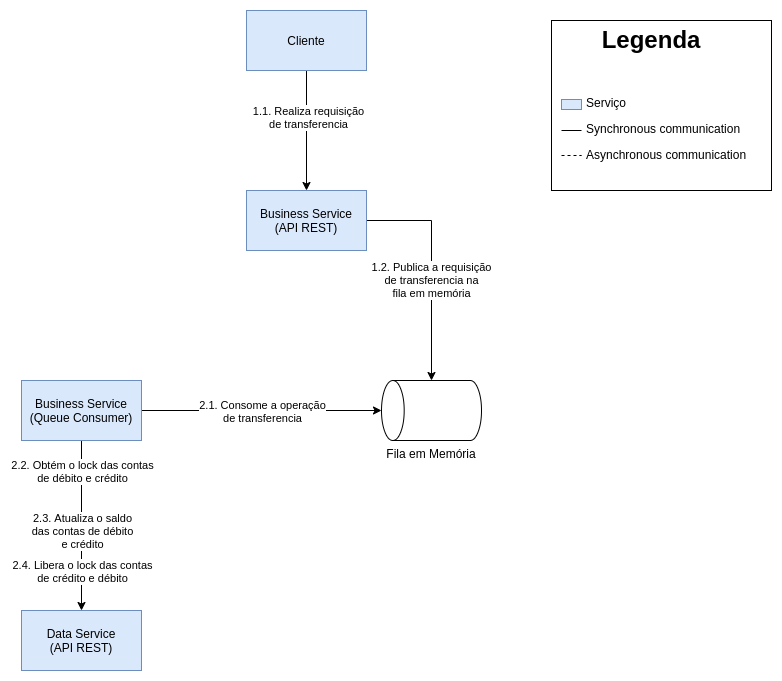
The draw.io diagram docs/Diagrams-ServidorDeNegocio-Transferencia.png in eaneto/distributed-bank, before a commit. Source tidied: cells renumbered, new cells last; positions are measured from the earlier drawing's top-left corner, leaving out a move shared by most shapes. Its diagram source:
```xml
<mxGraphModel>
  <root>
    <mxCell id="0" />
    <mxCell id="1" parent="0" />
    <mxCell id="2" value="&lt;h1 style=&quot;text-align: center&quot;&gt;Legenda&lt;/h1&gt;&lt;p&gt;&lt;br&gt;&lt;/p&gt;&lt;p&gt;&amp;nbsp; &amp;nbsp; &amp;nbsp; &amp;nbsp; &amp;nbsp;Serviço&lt;/p&gt;&lt;p&gt;&amp;nbsp; &amp;nbsp; &amp;nbsp; &amp;nbsp; &amp;nbsp;Synchronous communication&lt;/p&gt;&lt;p&gt;&amp;nbsp; &amp;nbsp; &amp;nbsp; &amp;nbsp; &amp;nbsp;Asynchronous communication&lt;/p&gt;" style="text;html=1;fillColor=none;spacing=5;spacingTop=-20;whiteSpace=wrap;overflow=hidden;rounded=0;strokeColor=#000000;" parent="1" vertex="1">
      <mxGeometry x="530" y="10" width="220" height="170" as="geometry" />
    </mxCell>
    <mxCell id="3" style="rounded=0;whiteSpace=wrap;html=1;fillColor=#dae8fc;strokeColor=#6c8ebf;" parent="1" vertex="1">
      <mxGeometry x="540" y="89" width="20" height="10" as="geometry" />
    </mxCell>
    <mxCell id="4" style="endArrow=none;html=1;" parent="1" edge="1">
      <mxGeometry relative="1" as="geometry">
        <mxPoint x="540" y="120" as="sourcePoint" />
        <mxPoint x="560" y="120" as="targetPoint" />
      </mxGeometry>
    </mxCell>
    <mxCell id="5" style="endArrow=none;html=1;dashed=1;" parent="1" edge="1">
      <mxGeometry relative="1" as="geometry">
        <mxPoint x="540" y="145" as="sourcePoint" />
        <mxPoint x="560" y="145" as="targetPoint" />
      </mxGeometry>
    </mxCell>
    <mxCell id="6" style="edgeStyle=orthogonalEdgeStyle;rounded=0;jettySize=auto;html=1;" parent="1" edge="1" source="8" target="14">
      <mxGeometry relative="1" as="geometry" />
    </mxCell>
    <mxCell id="7" value="1.2. Publica a requisição&lt;br&gt;de transferencia na&lt;br&gt;fila em memória" style="edgeLabel;html=1;align=center;verticalAlign=middle;" parent="6" vertex="1">
      <mxGeometry x="-0.13" y="-1" relative="1" as="geometry">
        <mxPoint x="1" y="27.8" as="offset" />
      </mxGeometry>
    </mxCell>
    <mxCell id="8" value="Business Service&lt;br&gt;(API REST)" style="rounded=0;whiteSpace=wrap;html=1;fillColor=#dae8fc;strokeColor=#6c8ebf;" parent="1" vertex="1">
      <mxGeometry x="225" y="180" width="120" height="60" as="geometry" />
    </mxCell>
    <mxCell id="9" style="edgeStyle=orthogonalEdgeStyle;rounded=0;jettySize=auto;html=1;entryX=0.5;entryY=0;entryDx=0;entryDy=0;entryPerimeter=0;" parent="1" edge="1" source="13" target="14">
      <mxGeometry relative="1" as="geometry" />
    </mxCell>
    <mxCell id="10" value="2.1. Consome a operação&lt;br&gt;de transferencia" style="edgeLabel;html=1;align=center;verticalAlign=middle;" parent="9" vertex="1">
      <mxGeometry x="-0.2" relative="1" as="geometry">
        <mxPoint x="24.2" as="offset" />
      </mxGeometry>
    </mxCell>
    <mxCell id="11" style="edgeStyle=orthogonalEdgeStyle;rounded=0;jettySize=auto;html=1;" parent="1" edge="1" source="13" target="18">
      <mxGeometry relative="1" as="geometry">
        <Array as="points">
          <mxPoint x="60" y="510" />
          <mxPoint x="60" y="510" />
        </Array>
      </mxGeometry>
    </mxCell>
    <mxCell id="12" value="2.2. Obtém o lock das contas&lt;br&gt;de débito e crédito" style="edgeLabel;html=1;align=center;verticalAlign=middle;" parent="11" vertex="1">
      <mxGeometry x="-0.18" relative="1" as="geometry">
        <mxPoint y="-40" as="offset" />
      </mxGeometry>
    </mxCell>
    <mxCell id="13" value="Business Service&lt;br&gt;(Queue Consumer)" style="rounded=0;whiteSpace=wrap;html=1;fillColor=#dae8fc;strokeColor=#6c8ebf;" parent="1" vertex="1">
      <mxGeometry y="370" width="120" height="60" as="geometry" />
    </mxCell>
    <mxCell id="14" value="Fila em Memória" style="shape=cylinder3;whiteSpace=wrap;html=1;boundedLbl=1;backgroundOutline=1;size=11.341055198427057;rotation=0;labelPosition=center;verticalLabelPosition=bottom;align=center;verticalAlign=top;textDirection=ltr;horizontal=1;direction=north;" parent="1" vertex="1">
      <mxGeometry x="360" y="370" width="100" height="60" as="geometry" />
    </mxCell>
    <mxCell id="15" style="edgeStyle=orthogonalEdgeStyle;rounded=0;jettySize=auto;html=1;entryX=0.5;entryY=0;entryDx=0;entryDy=0;" parent="1" edge="1" source="17" target="8">
      <mxGeometry relative="1" as="geometry" />
    </mxCell>
    <mxCell id="16" value="1.1. Realiza requisição&lt;br&gt;de transferencia" style="edgeLabel;html=1;align=center;verticalAlign=middle;" parent="15" vertex="1">
      <mxGeometry x="-0.23" y="1" relative="1" as="geometry" />
    </mxCell>
    <mxCell id="17" value="Cliente" style="rounded=0;whiteSpace=wrap;html=1;fillColor=#dae8fc;strokeColor=#6c8ebf;" parent="1" vertex="1">
      <mxGeometry x="225" width="120" height="60" as="geometry" />
    </mxCell>
    <mxCell id="18" value="Data Service&lt;br&gt;(API REST)" style="rounded=0;whiteSpace=wrap;html=1;fillColor=#dae8fc;strokeColor=#6c8ebf;" parent="1" vertex="1">
      <mxGeometry y="600" width="120" height="60" as="geometry" />
    </mxCell>
    <mxCell id="19" value="2.3. Atualiza o saldo&lt;br&gt;das contas de débito&lt;br&gt;e crédito" style="edgeLabel;html=1;align=center;verticalAlign=middle;" parent="1" vertex="1">
      <mxGeometry x="60" y="520" as="geometry" />
    </mxCell>
    <mxCell id="20" value="2.4. Libera o lock das contas&lt;br&gt;de crédito e débito" style="edgeLabel;html=1;align=center;verticalAlign=middle;" parent="1" vertex="1">
      <mxGeometry x="60" y="560" as="geometry" />
    </mxCell>
  </root>
</mxGraphModel>
```
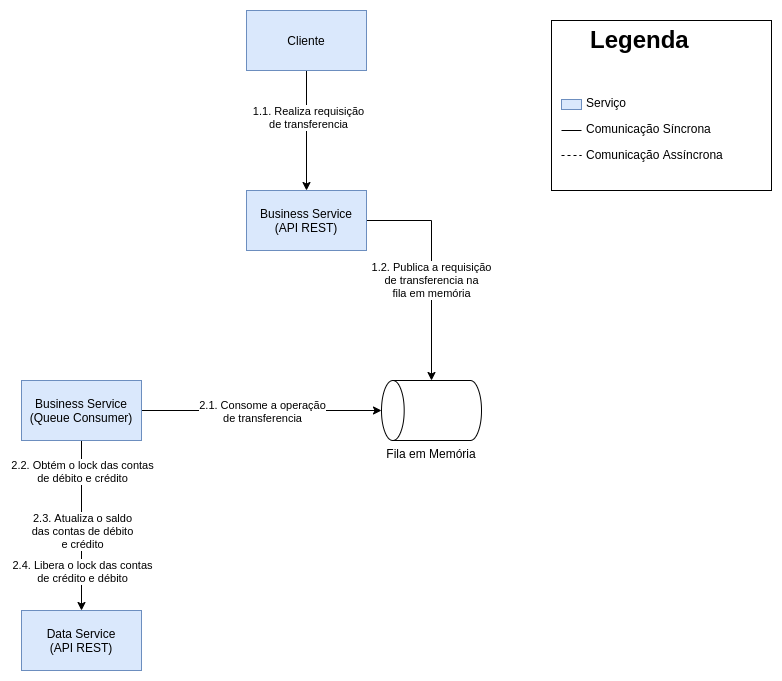
The same diagram one commit later.

Diff of the diagram source:
```diff
@@ -2,24 +2,6 @@
   <root>
     <mxCell id="0" />
     <mxCell id="1" parent="0" />
-    <mxCell id="2" value="&lt;h1 style=&quot;text-align: center&quot;&gt;Legenda&lt;/h1&gt;&lt;p&gt;&lt;br&gt;&lt;/p&gt;&lt;p&gt;&amp;nbsp; &amp;nbsp; &amp;nbsp; &amp;nbsp; &amp;nbsp;Serviço&lt;/p&gt;&lt;p&gt;&amp;nbsp; &amp;nbsp; &amp;nbsp; &amp;nbsp; &amp;nbsp;Synchronous communication&lt;/p&gt;&lt;p&gt;&amp;nbsp; &amp;nbsp; &amp;nbsp; &amp;nbsp; &amp;nbsp;Asynchronous communication&lt;/p&gt;" style="text;html=1;fillColor=none;spacing=5;spacingTop=-20;whiteSpace=wrap;overflow=hidden;rounded=0;strokeColor=#000000;" parent="1" vertex="1">
-      <mxGeometry x="530" y="10" width="220" height="170" as="geometry" />
-    </mxCell>
-    <mxCell id="3" style="rounded=0;whiteSpace=wrap;html=1;fillColor=#dae8fc;strokeColor=#6c8ebf;" parent="1" vertex="1">
-      <mxGeometry x="540" y="89" width="20" height="10" as="geometry" />
-    </mxCell>
-    <mxCell id="4" style="endArrow=none;html=1;" parent="1" edge="1">
-      <mxGeometry relative="1" as="geometry">
-        <mxPoint x="540" y="120" as="sourcePoint" />
-        <mxPoint x="560" y="120" as="targetPoint" />
-      </mxGeometry>
-    </mxCell>
-    <mxCell id="5" style="endArrow=none;html=1;dashed=1;" parent="1" edge="1">
-      <mxGeometry relative="1" as="geometry">
-        <mxPoint x="540" y="145" as="sourcePoint" />
-        <mxPoint x="560" y="145" as="targetPoint" />
-      </mxGeometry>
-    </mxCell>
     <mxCell id="6" style="edgeStyle=orthogonalEdgeStyle;rounded=0;jettySize=auto;html=1;" parent="1" edge="1" source="8" target="14">
       <mxGeometry relative="1" as="geometry" />
     </mxCell>
@@ -76,5 +58,23 @@
     <mxCell id="20" value="2.4. Libera o lock das contas&lt;br&gt;de crédito e débito" style="edgeLabel;html=1;align=center;verticalAlign=middle;" parent="1" vertex="1">
       <mxGeometry x="60" y="560" as="geometry" />
     </mxCell>
+    <mxCell id="21" value="&lt;h1 style=&quot;text-align: center&quot;&gt;Legenda&lt;/h1&gt;&lt;p&gt;&lt;br&gt;&lt;/p&gt;&lt;p&gt;&amp;nbsp; &amp;nbsp; &amp;nbsp; &amp;nbsp; &amp;nbsp;Serviço&lt;/p&gt;&lt;p&gt;&amp;nbsp; &amp;nbsp; &amp;nbsp; &amp;nbsp; &amp;nbsp;Comunicação Síncrona&lt;/p&gt;&lt;p&gt;&amp;nbsp; &amp;nbsp; &amp;nbsp; &amp;nbsp; &amp;nbsp;Comunicação Assíncrona&lt;/p&gt;" style="text;html=1;fillColor=none;spacing=5;spacingTop=-20;whiteSpace=wrap;overflow=hidden;rounded=0;strokeColor=#000000;" parent="1" vertex="1">
+      <mxGeometry x="530" y="10" width="220" height="170" as="geometry" />
+    </mxCell>
+    <mxCell id="3" style="rounded=0;whiteSpace=wrap;html=1;fillColor=#dae8fc;strokeColor=#6c8ebf;" parent="1" vertex="1">
+      <mxGeometry x="540" y="89" width="20" height="10" as="geometry" />
+    </mxCell>
+    <mxCell id="22" style="endArrow=none;html=1;" parent="1" edge="1">
+      <mxGeometry relative="1" as="geometry">
+        <mxPoint x="540" y="120" as="sourcePoint" />
+        <mxPoint x="560" y="120" as="targetPoint" />
+      </mxGeometry>
+    </mxCell>
+    <mxCell id="23" style="endArrow=none;html=1;dashed=1;" parent="1" edge="1">
+      <mxGeometry relative="1" as="geometry">
+        <mxPoint x="540" y="145" as="sourcePoint" />
+        <mxPoint x="560" y="145" as="targetPoint" />
+      </mxGeometry>
+    </mxCell>
   </root>
 </mxGraphModel>
```
